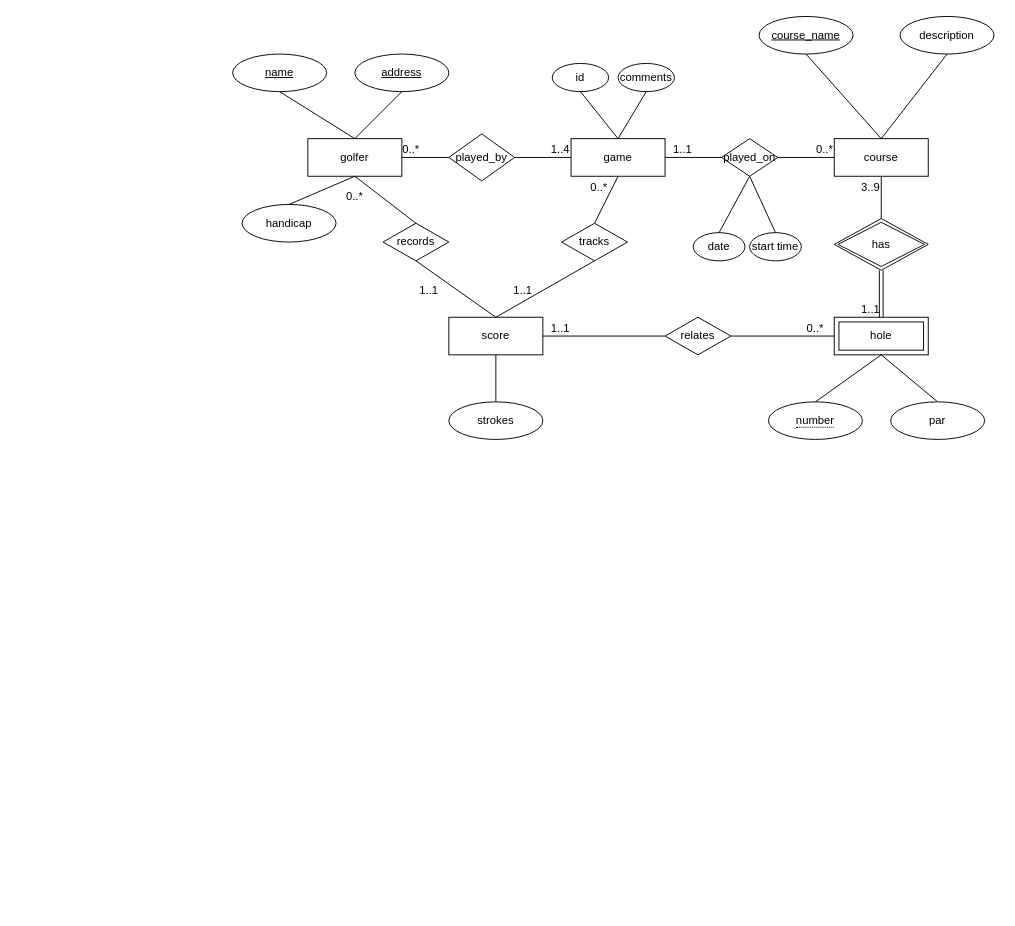
Before: Untitled Diagram.drawio in ChaoyangS/11, a draw.io diagram. Source tidied: cells renumbered, new cells numbered last; positions are measured from the earlier drawing's top-left corner, leaving out a move shared by most shapes. Both pictures are drawn from the tidied source at 94%, with x=0, y=0 at pixel (232, 16).
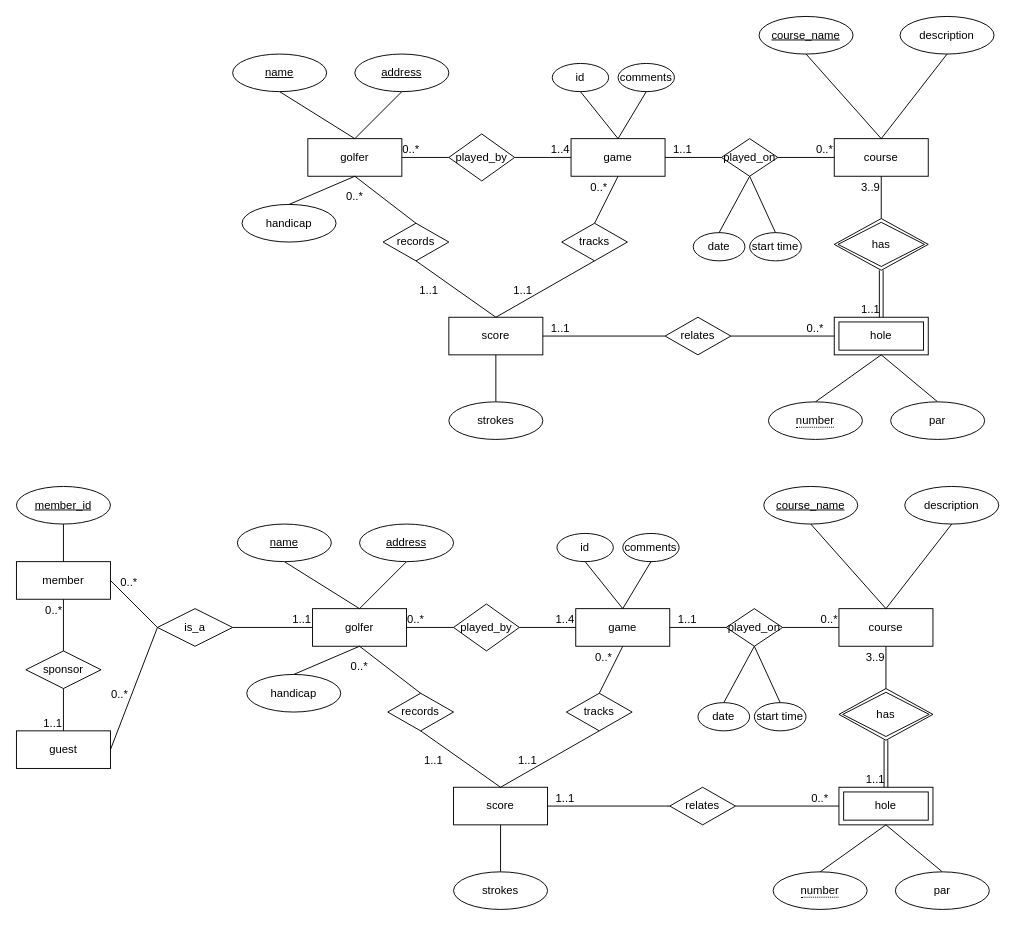
Above is the later version.

The edit, as a diff of the source:
```diff
@@
+    <mxCell id="61" value="course" style="whiteSpace=wrap;html=1;align=center;" parent="1" vertex="1">
+      <mxGeometry x="645" y="630" width="100" height="40" as="geometry" />
+    </mxCell>
+    <mxCell id="62" value="&lt;span style=&quot;border-bottom: 1px dotted&quot;&gt;number&lt;/span&gt;" style="ellipse;whiteSpace=wrap;html=1;align=center;" parent="1" vertex="1">
+      <mxGeometry x="575" y="910" width="100" height="40" as="geometry" />
+    </mxCell>
+    <mxCell id="63" value="game" style="whiteSpace=wrap;html=1;align=center;" parent="1" vertex="1">
+      <mxGeometry x="365" y="630" width="100" height="40" as="geometry" />
+    </mxCell>
+    <mxCell id="64" value="golfer" style="whiteSpace=wrap;html=1;align=center;" parent="1" vertex="1">
+      <mxGeometry x="85" y="630" width="100" height="40" as="geometry" />
+    </mxCell>
+    <mxCell id="65" value="score" style="whiteSpace=wrap;html=1;align=center;" parent="1" vertex="1">
+      <mxGeometry x="235" y="820" width="100" height="40" as="geometry" />
+    </mxCell>
+    <mxCell id="66" value="played_on" style="shape=rhombus;perimeter=rhombusPerimeter;whiteSpace=wrap;html=1;align=center;" parent="1" vertex="1">
+      <mxGeometry x="525" y="630" width="60" height="40" as="geometry" />
+    </mxCell>
+    <mxCell id="67" value="played_by" style="shape=rhombus;perimeter=rhombusPerimeter;whiteSpace=wrap;html=1;align=center;" parent="1" vertex="1">
+      <mxGeometry x="235" y="625" width="70" height="50" as="geometry" />
+    </mxCell>
+    <mxCell id="68" style="endArrow=none;html=1;rounded=0;entryX=0.5;entryY=0;entryDx=0;entryDy=0;exitX=0.5;exitY=1;exitDx=0;exitDy=0;" parent="1" edge="1" source="89" target="64">
+      <mxGeometry relative="1" as="geometry" />
+    </mxCell>
+    <mxCell id="69" style="endArrow=none;html=1;rounded=0;exitX=0.5;exitY=1;exitDx=0;exitDy=0;entryX=0.5;entryY=0;entryDx=0;entryDy=0;" parent="1" edge="1" source="92" target="64">
+      <mxGeometry relative="1" as="geometry" />
+    </mxCell>
+    <mxCell id="70" value="hole" style="shape=ext;margin=3;double=1;whiteSpace=wrap;html=1;align=center;" parent="1" vertex="1">
+      <mxGeometry x="645" y="820" width="100" height="40" as="geometry" />
+    </mxCell>
+    <mxCell id="71" value="has" style="shape=rhombus;double=1;perimeter=rhombusPerimeter;whiteSpace=wrap;html=1;align=center;" parent="1" vertex="1">
+      <mxGeometry x="645" y="715" width="100" height="55" as="geometry" />
+    </mxCell>
+    <mxCell id="72" style="endArrow=none;html=1;rounded=0;entryX=0.5;entryY=1;entryDx=0;entryDy=0;exitX=0.5;exitY=0;exitDx=0;exitDy=0;" parent="1" edge="1" source="71" target="61">
+      <mxGeometry relative="1" as="geometry" />
+    </mxCell>
+    <mxCell id="73" value="3..9" style="html=1;whiteSpace=wrap;align=right;verticalAlign=bottom;" parent="72" vertex="1">
+      <mxGeometry x="1" relative="1" as="geometry">
+        <mxPoint y="20" as="offset" />
+      </mxGeometry>
+    </mxCell>
+    <mxCell id="74" style="endArrow=none;html=1;rounded=0;entryX=0.5;entryY=1;entryDx=0;entryDy=0;exitX=0.5;exitY=0;exitDx=0;exitDy=0;" parent="1" edge="1" source="61" target="98">
+      <mxGeometry relative="1" as="geometry" />
+    </mxCell>
+    <mxCell id="75" style="endArrow=none;html=1;rounded=0;exitX=0.5;exitY=1;exitDx=0;exitDy=0;entryX=0.5;entryY=0;entryDx=0;entryDy=0;" parent="1" edge="1" source="99" target="61">
+      <mxGeometry relative="1" as="geometry" />
+    </mxCell>
+    <mxCell id="76" style="endArrow=none;html=1;rounded=0;entryX=0;entryY=0.5;entryDx=0;entryDy=0;exitX=1;exitY=0.5;exitDx=0;exitDy=0;" parent="1" edge="1" source="66" target="61">
+      <mxGeometry relative="1" as="geometry" />
+    </mxCell>
+    <mxCell id="77" value="0..*" style="html=1;whiteSpace=wrap;align=right;verticalAlign=bottom;rotation=0;" parent="76" vertex="1">
+      <mxGeometry x="1" relative="1" as="geometry" />
+    </mxCell>
+    <mxCell id="78" style="endArrow=none;html=1;rounded=0;entryX=0;entryY=0.5;entryDx=0;entryDy=0;exitX=1;exitY=0.5;exitDx=0;exitDy=0;" parent="1" edge="1" source="63" target="66">
+      <mxGeometry relative="1" as="geometry" />
+    </mxCell>
+    <mxCell id="79" value="1..1" style="html=1;whiteSpace=wrap;align=right;verticalAlign=bottom;rotation=0;" parent="78" vertex="1">
+      <mxGeometry x="1" relative="1" as="geometry">
+        <mxPoint x="-30" as="offset" />
+      </mxGeometry>
+    </mxCell>
+    <mxCell id="80" style="shape=link;html=1;rounded=0;exitX=0.5;exitY=1;exitDx=0;exitDy=0;entryX=0.5;entryY=0;entryDx=0;entryDy=0;" parent="1" edge="1" source="71" target="70">
+      <mxGeometry relative="1" as="geometry" />
+    </mxCell>
+    <mxCell id="81" value="1..1" style="html=1;whiteSpace=wrap;align=right;verticalAlign=bottom;" parent="80" vertex="1">
+      <mxGeometry x="1" relative="1" as="geometry" />
+    </mxCell>
+    <mxCell id="82" style="endArrow=none;html=1;rounded=0;exitX=1;exitY=0.5;exitDx=0;exitDy=0;entryX=0;entryY=0.5;entryDx=0;entryDy=0;" parent="1" edge="1" source="67" target="63">
+      <mxGeometry relative="1" as="geometry" />
+    </mxCell>
+    <mxCell id="83" value="1..4" style="html=1;whiteSpace=wrap;align=right;verticalAlign=bottom;" parent="82" vertex="1">
+      <mxGeometry x="1" relative="1" as="geometry" />
+    </mxCell>
+    <mxCell id="84" style="endArrow=none;html=1;rounded=0;entryX=1;entryY=0.5;entryDx=0;entryDy=0;" parent="1" edge="1" target="64">
+      <mxGeometry relative="1" as="geometry">
+        <mxPoint x="235" y="650" as="sourcePoint" />
+      </mxGeometry>
+    </mxCell>
+    <mxCell id="85" value="0..*" style="html=1;whiteSpace=wrap;align=right;verticalAlign=bottom;" parent="84" vertex="1">
+      <mxGeometry x="1" relative="1" as="geometry">
+        <mxPoint x="20" as="offset" />
+      </mxGeometry>
+    </mxCell>
+    <mxCell id="86" style="endArrow=none;html=1;rounded=0;entryX=0.5;entryY=1;entryDx=0;entryDy=0;exitX=0.5;exitY=0;exitDx=0;exitDy=0;" parent="1" edge="1" source="93" target="64">
+      <mxGeometry relative="1" as="geometry" />
+    </mxCell>
+    <mxCell id="87" style="endArrow=none;html=1;rounded=0;entryX=0.5;entryY=1;entryDx=0;entryDy=0;exitX=0.5;exitY=0;exitDx=0;exitDy=0;" parent="1" edge="1" source="62" target="70">
+      <mxGeometry relative="1" as="geometry" />
+    </mxCell>
+    <mxCell id="88" style="endArrow=none;html=1;rounded=0;exitX=0.5;exitY=1;exitDx=0;exitDy=0;entryX=0.5;entryY=0;entryDx=0;entryDy=0;" parent="1" edge="1" source="70" target="102">
+      <mxGeometry relative="1" as="geometry" />
+    </mxCell>
+    <mxCell id="89" value="name" style="ellipse;whiteSpace=wrap;html=1;align=center;fontStyle=4;" parent="1" vertex="1">
+      <mxGeometry x="5" y="540" width="100" height="40" as="geometry" />
+    </mxCell>
+    <mxCell id="90" value="id" style="ellipse;whiteSpace=wrap;html=1;align=center;" parent="1" vertex="1">
+      <mxGeometry x="345" y="550" width="60" height="30" as="geometry" />
+    </mxCell>
+    <mxCell id="91" value="comments" style="ellipse;whiteSpace=wrap;html=1;align=center;" parent="1" vertex="1">
+      <mxGeometry x="415" y="550" width="60" height="30" as="geometry" />
+    </mxCell>
+    <mxCell id="92" value="address" style="ellipse;whiteSpace=wrap;html=1;align=center;fontStyle=4;" parent="1" vertex="1">
+      <mxGeometry x="135" y="540" width="100" height="40" as="geometry" />
+    </mxCell>
+    <mxCell id="93" value="handicap" style="ellipse;whiteSpace=wrap;html=1;align=center;" parent="1" vertex="1">
+      <mxGeometry x="15" y="700" width="100" height="40" as="geometry" />
+    </mxCell>
+    <mxCell id="94" value="date" style="ellipse;whiteSpace=wrap;html=1;align=center;" parent="1" vertex="1">
+      <mxGeometry x="495" y="730" width="55" height="30" as="geometry" />
+    </mxCell>
+    <mxCell id="95" value="start time" style="ellipse;whiteSpace=wrap;html=1;align=center;" parent="1" vertex="1">
+      <mxGeometry x="555" y="730" width="55" height="30" as="geometry" />
+    </mxCell>
+    <mxCell id="96" style="endArrow=none;html=1;rounded=0;entryX=0.5;entryY=1;entryDx=0;entryDy=0;exitX=0.5;exitY=0;exitDx=0;exitDy=0;" parent="1" edge="1" source="94" target="66">
+      <mxGeometry relative="1" as="geometry" />
+    </mxCell>
+    <mxCell id="97" style="endArrow=none;html=1;rounded=0;entryX=0.5;entryY=1;entryDx=0;entryDy=0;exitX=0.5;exitY=0;exitDx=0;exitDy=0;" parent="1" edge="1" source="95" target="66">
+      <mxGeometry relative="1" as="geometry" />
+    </mxCell>
+    <mxCell id="98" value="course_name" style="ellipse;whiteSpace=wrap;html=1;align=center;fontStyle=4;" parent="1" vertex="1">
+      <mxGeometry x="565" y="500" width="100" height="40" as="geometry" />
+    </mxCell>
+    <mxCell id="99" value="description" style="ellipse;whiteSpace=wrap;html=1;align=center;" parent="1" vertex="1">
+      <mxGeometry x="715" y="500" width="100" height="40" as="geometry" />
+    </mxCell>
+    <mxCell id="100" style="endArrow=none;html=1;rounded=0;exitX=0.5;exitY=1;exitDx=0;exitDy=0;entryX=0.5;entryY=0;entryDx=0;entryDy=0;" parent="1" edge="1" source="90" target="63">
+      <mxGeometry relative="1" as="geometry" />
+    </mxCell>
+    <mxCell id="101" style="endArrow=none;html=1;rounded=0;exitX=0.5;exitY=1;exitDx=0;exitDy=0;entryX=0.5;entryY=0;entryDx=0;entryDy=0;" parent="1" edge="1" source="91" target="63">
+      <mxGeometry relative="1" as="geometry" />
+    </mxCell>
+    <mxCell id="102" value="par" style="ellipse;whiteSpace=wrap;html=1;align=center;" parent="1" vertex="1">
+      <mxGeometry x="705" y="910" width="100" height="40" as="geometry" />
+    </mxCell>
+    <mxCell id="103" style="endArrow=none;html=1;rounded=0;exitX=0.5;exitY=1;exitDx=0;exitDy=0;entryX=0.5;entryY=0;entryDx=0;entryDy=0;" parent="1" edge="1" source="65" target="104">
+      <mxGeometry relative="1" as="geometry" />
+    </mxCell>
+    <mxCell id="104" value="strokes" style="ellipse;whiteSpace=wrap;html=1;align=center;" parent="1" vertex="1">
+      <mxGeometry x="235" y="910" width="100" height="40" as="geometry" />
+    </mxCell>
+    <mxCell id="105" value="records" style="shape=rhombus;perimeter=rhombusPerimeter;whiteSpace=wrap;html=1;align=center;" parent="1" vertex="1">
+      <mxGeometry x="165" y="720" width="70" height="40" as="geometry" />
+    </mxCell>
+    <mxCell id="106" value="tracks" style="shape=rhombus;perimeter=rhombusPerimeter;whiteSpace=wrap;html=1;align=center;" parent="1" vertex="1">
+      <mxGeometry x="355" y="720" width="70" height="40" as="geometry" />
+    </mxCell>
+    <mxCell id="107" value="relates" style="shape=rhombus;perimeter=rhombusPerimeter;whiteSpace=wrap;html=1;align=center;" parent="1" vertex="1">
+      <mxGeometry x="465" y="820" width="70" height="40" as="geometry" />
+    </mxCell>
+    <mxCell id="108" style="endArrow=none;html=1;rounded=0;exitX=0.5;exitY=0;exitDx=0;exitDy=0;entryX=0.5;entryY=1;entryDx=0;entryDy=0;" parent="1" edge="1" source="105" target="64">
+      <mxGeometry relative="1" as="geometry" />
+    </mxCell>
+    <mxCell id="109" value="0..*" style="html=1;whiteSpace=wrap;align=right;verticalAlign=bottom;" parent="108" vertex="1">
+      <mxGeometry x="1" relative="1" as="geometry">
+        <mxPoint x="10" y="30" as="offset" />
+      </mxGeometry>
+    </mxCell>
+    <mxCell id="110" style="endArrow=none;html=1;rounded=0;entryX=0.5;entryY=1;entryDx=0;entryDy=0;exitX=0.5;exitY=0;exitDx=0;exitDy=0;" parent="1" edge="1" source="106" target="63">
+      <mxGeometry relative="1" as="geometry" />
+    </mxCell>
+    <mxCell id="111" value="0..*" style="html=1;whiteSpace=wrap;align=right;verticalAlign=bottom;" parent="110" vertex="1">
+      <mxGeometry x="1" relative="1" as="geometry">
+        <mxPoint x="-10" y="20" as="offset" />
+      </mxGeometry>
+    </mxCell>
+    <mxCell id="112" style="endArrow=none;html=1;rounded=0;exitX=0.5;exitY=1;exitDx=0;exitDy=0;entryX=0.5;entryY=0;entryDx=0;entryDy=0;" parent="1" edge="1" source="106" target="65">
+      <mxGeometry relative="1" as="geometry" />
+    </mxCell>
+    <mxCell id="113" value="1..1" style="html=1;whiteSpace=wrap;align=right;verticalAlign=bottom;" parent="112" vertex="1">
+      <mxGeometry x="1" relative="1" as="geometry">
+        <mxPoint x="40" y="-20" as="offset" />
+      </mxGeometry>
+    </mxCell>
+    <mxCell id="114" style="endArrow=none;html=1;rounded=0;exitX=0.5;exitY=1;exitDx=0;exitDy=0;entryX=0.5;entryY=0;entryDx=0;entryDy=0;" parent="1" edge="1" source="105" target="65">
+      <mxGeometry relative="1" as="geometry" />
+    </mxCell>
+    <mxCell id="115" value="1..1" style="html=1;whiteSpace=wrap;align=right;verticalAlign=bottom;" parent="114" vertex="1">
+      <mxGeometry x="1" relative="1" as="geometry">
+        <mxPoint x="-60" y="-20" as="offset" />
+      </mxGeometry>
+    </mxCell>
+    <mxCell id="116" style="endArrow=none;html=1;rounded=0;exitX=1;exitY=0.5;exitDx=0;exitDy=0;entryX=0;entryY=0.5;entryDx=0;entryDy=0;" parent="1" edge="1" source="65" target="107">
+      <mxGeometry relative="1" as="geometry" />
+    </mxCell>
+    <mxCell id="117" value="1..1" style="html=1;whiteSpace=wrap;align=right;verticalAlign=bottom;" parent="116" vertex="1">
+      <mxGeometry x="1" relative="1" as="geometry">
+        <mxPoint x="-100" as="offset" />
+      </mxGeometry>
+    </mxCell>
+    <mxCell id="118" style="endArrow=none;html=1;rounded=0;exitX=1;exitY=0.5;exitDx=0;exitDy=0;entryX=0;entryY=0.5;entryDx=0;entryDy=0;" parent="1" edge="1" source="107" target="70">
+      <mxGeometry relative="1" as="geometry" />
+    </mxCell>
+    <mxCell id="119" value="0..*" style="html=1;whiteSpace=wrap;align=right;verticalAlign=bottom;" parent="118" vertex="1">
+      <mxGeometry x="1" relative="1" as="geometry">
+        <mxPoint x="-10" as="offset" />
+      </mxGeometry>
+    </mxCell>
+    <mxCell id="120" value="is_a" style="shape=rhombus;perimeter=rhombusPerimeter;whiteSpace=wrap;html=1;align=center;" parent="1" vertex="1">
+      <mxGeometry x="-80" y="630" width="80" height="40" as="geometry" />
+    </mxCell>
+    <mxCell id="121" value="member" style="whiteSpace=wrap;html=1;align=center;" parent="1" vertex="1">
+      <mxGeometry x="-230" y="580" width="100" height="40" as="geometry" />
+    </mxCell>
+    <mxCell id="122" value="guest" style="whiteSpace=wrap;html=1;align=center;" parent="1" vertex="1">
+      <mxGeometry x="-230" y="760" width="100" height="40" as="geometry" />
+    </mxCell>
+    <mxCell id="123" value="sponsor" style="shape=rhombus;perimeter=rhombusPerimeter;whiteSpace=wrap;html=1;align=center;" parent="1" vertex="1">
+      <mxGeometry x="-220" y="675" width="80" height="40" as="geometry" />
+    </mxCell>
+    <mxCell id="124" style="endArrow=none;html=1;rounded=0;entryX=0;entryY=0.5;entryDx=0;entryDy=0;exitX=1;exitY=0.5;exitDx=0;exitDy=0;" parent="1" edge="1" source="120" target="64">
+      <mxGeometry relative="1" as="geometry" />
+    </mxCell>
+    <mxCell id="125" value="1..1" style="html=1;whiteSpace=wrap;align=right;verticalAlign=bottom;" parent="124" vertex="1">
+      <mxGeometry x="1" relative="1" as="geometry" />
+    </mxCell>
+    <mxCell id="126" style="endArrow=none;html=1;rounded=0;exitX=1;exitY=0.5;exitDx=0;exitDy=0;entryX=0;entryY=0.5;entryDx=0;entryDy=0;" parent="1" edge="1" source="121" target="120">
+      <mxGeometry relative="1" as="geometry" />
+    </mxCell>
+    <mxCell id="127" value="0..*" style="html=1;whiteSpace=wrap;align=right;verticalAlign=bottom;" parent="126" vertex="1">
+      <mxGeometry x="1" relative="1" as="geometry">
+        <mxPoint x="-20" y="-40" as="offset" />
+      </mxGeometry>
+    </mxCell>
+    <mxCell id="128" style="endArrow=none;html=1;rounded=0;exitX=1;exitY=0.5;exitDx=0;exitDy=0;" parent="1" edge="1" source="122">
+      <mxGeometry relative="1" as="geometry">
+        <mxPoint x="-80" y="650" as="targetPoint" />
+      </mxGeometry>
+    </mxCell>
+    <mxCell id="129" value="0..*" style="html=1;whiteSpace=wrap;align=right;verticalAlign=bottom;" parent="128" vertex="1">
+      <mxGeometry x="1" relative="1" as="geometry">
+        <mxPoint x="-30" y="80" as="offset" />
+      </mxGeometry>
+    </mxCell>
+    <mxCell id="130" style="endArrow=none;html=1;rounded=0;exitX=0.5;exitY=1;exitDx=0;exitDy=0;entryX=0.5;entryY=0;entryDx=0;entryDy=0;" parent="1" edge="1" source="121" target="123">
+      <mxGeometry relative="1" as="geometry" />
+    </mxCell>
+    <mxCell id="131" value="0..*" style="html=1;whiteSpace=wrap;align=right;verticalAlign=bottom;" parent="130" vertex="1">
+      <mxGeometry x="1" relative="1" as="geometry">
+        <mxPoint y="-35" as="offset" />
+      </mxGeometry>
+    </mxCell>
+    <mxCell id="132" style="endArrow=none;html=1;rounded=0;exitX=0.5;exitY=1;exitDx=0;exitDy=0;entryX=0.5;entryY=0;entryDx=0;entryDy=0;" parent="1" edge="1" source="123" target="122">
+      <mxGeometry relative="1" as="geometry" />
+    </mxCell>
+    <mxCell id="133" value="1..1" style="html=1;whiteSpace=wrap;align=right;verticalAlign=bottom;" parent="132" vertex="1">
+      <mxGeometry x="1" relative="1" as="geometry" />
+    </mxCell>
+    <mxCell id="134" value="member_id" style="ellipse;whiteSpace=wrap;html=1;align=center;fontStyle=4;" parent="1" vertex="1">
+      <mxGeometry x="-230" y="500" width="100" height="40" as="geometry" />
+    </mxCell>
+    <mxCell id="135" style="endArrow=none;html=1;rounded=0;exitX=0.5;exitY=1;exitDx=0;exitDy=0;entryX=0.5;entryY=0;entryDx=0;entryDy=0;" parent="1" edge="1" source="134" target="121">
+      <mxGeometry relative="1" as="geometry" />
+    </mxCell>
```
